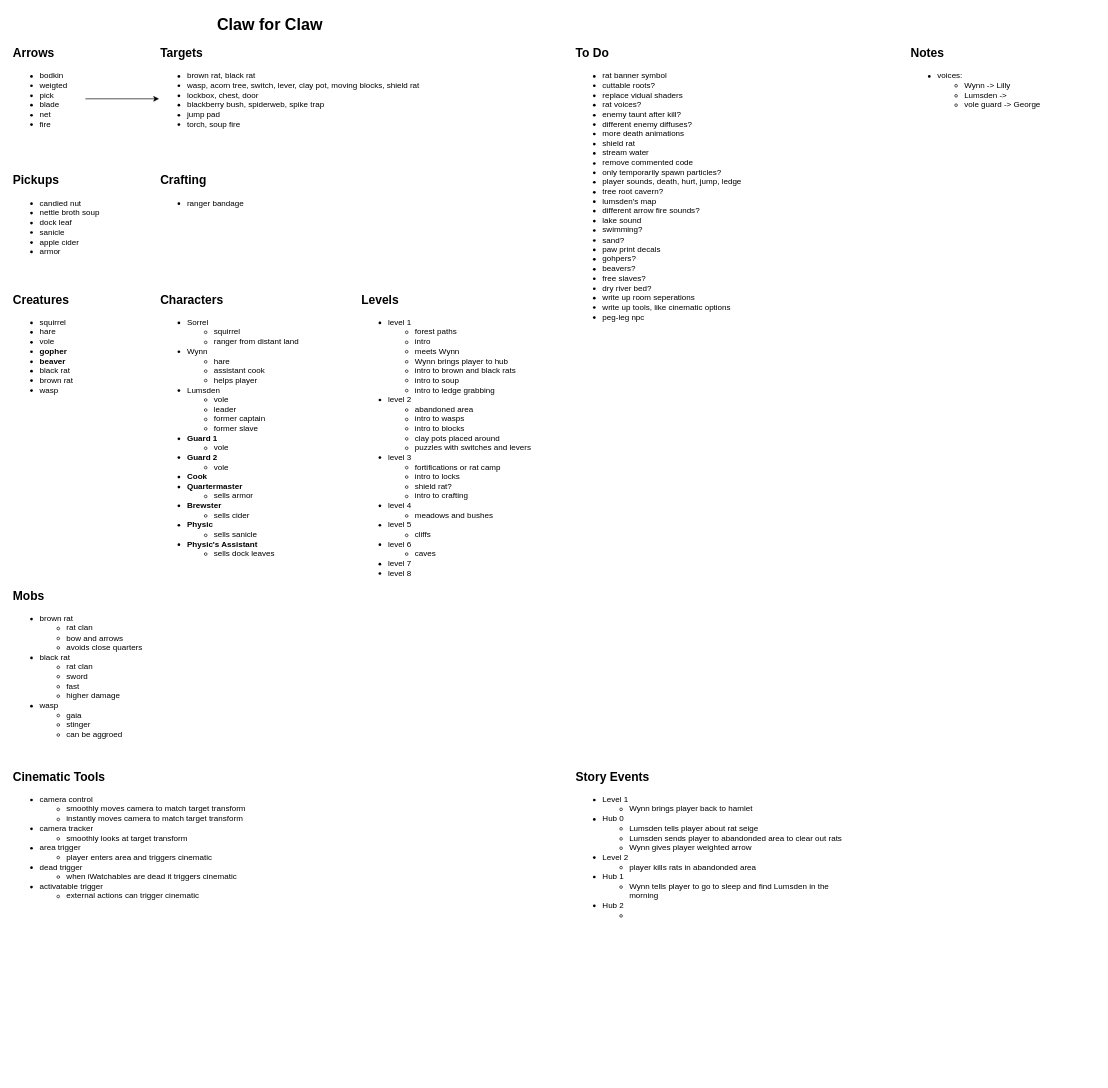
This is Planning/design-doc.drawio from camerondedore/Godot-Project-3, a draw.io file, before an edit. Source tidied: cells renumbered, new cells numbered last; positions are measured from the earlier drawing's top-left corner, leaving out a move shared by most shapes. Both pictures are drawn from the tidied source at 67%, with x=0, y=0 at pixel (11, 11).
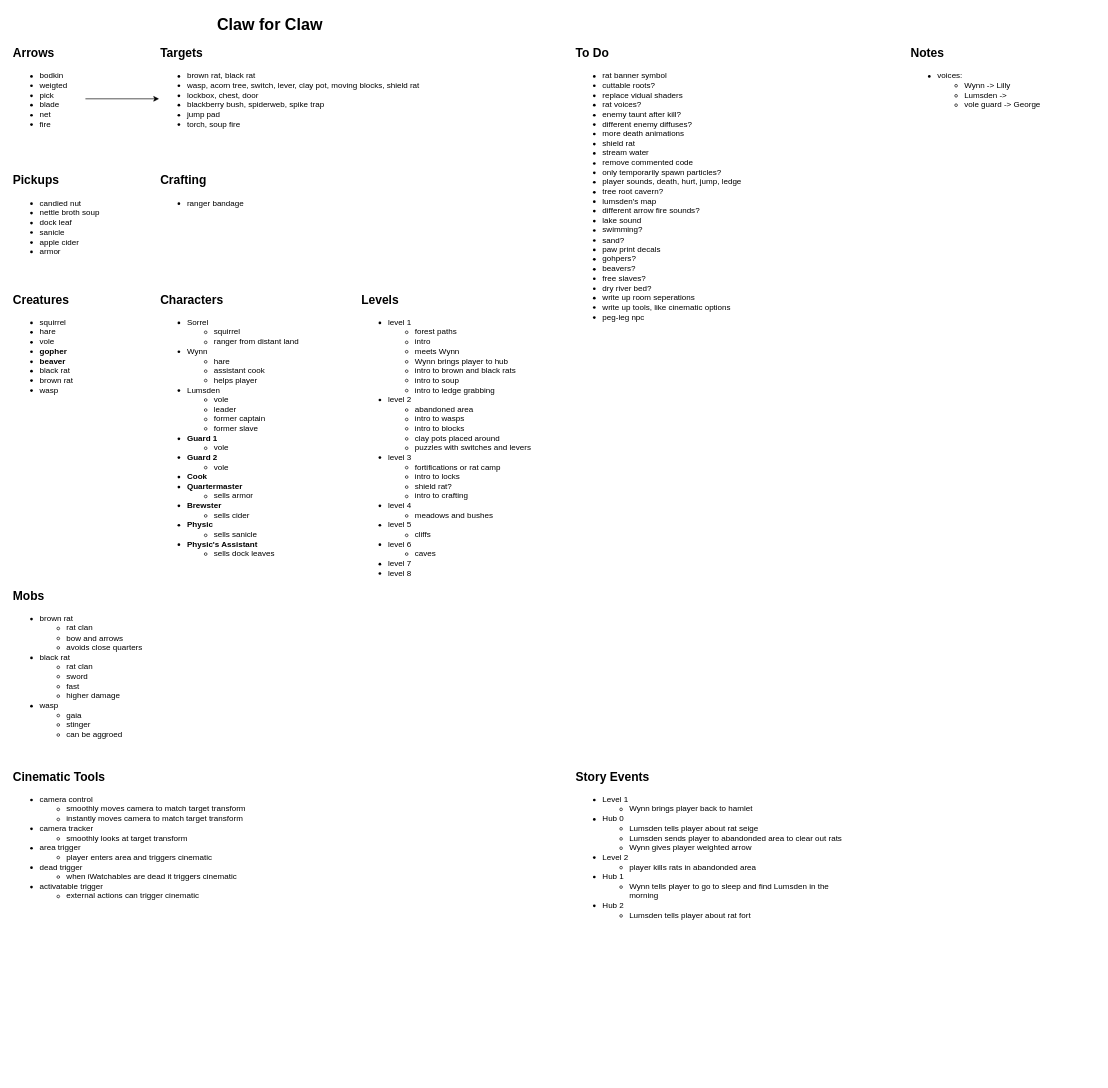
After the change.

Change to the diagram source:
```diff
@@
-    <mxCell id="25" value="&lt;ul&gt;&lt;li&gt;Level 1&lt;/li&gt;&lt;ul&gt;&lt;li&gt;Wynn brings player back to hamlet&lt;/li&gt;&lt;/ul&gt;&lt;li&gt;Hub 0&lt;/li&gt;&lt;ul&gt;&lt;li&gt;Lumsden tells player about rat seige&lt;/li&gt;&lt;li&gt;Lumsden sends player to abandonded area to clear out rats&lt;/li&gt;&lt;li&gt;Wynn gives player weighted arrow&lt;/li&gt;&lt;/ul&gt;&lt;li&gt;Level 2&lt;/li&gt;&lt;ul&gt;&lt;li&gt;player kills rats in abandonded area&lt;/li&gt;&lt;/ul&gt;&lt;li&gt;Hub 1&lt;/li&gt;&lt;ul&gt;&lt;li&gt;Wynn tells player to go to sleep and find Lumsden in the morning&lt;/li&gt;&lt;/ul&gt;&lt;li&gt;Hub 2&lt;/li&gt;&lt;ul&gt;&lt;li&gt;&lt;br&gt;&lt;/li&gt;&lt;/ul&gt;&lt;/ul&gt;" style="text;html=1;align=left;verticalAlign=top;whiteSpace=wrap;rounded=0;" parent="1" vertex="1">
+    <mxCell id="25" value="&lt;ul&gt;&lt;li&gt;Level 1&lt;/li&gt;&lt;ul&gt;&lt;li&gt;Wynn brings player back to hamlet&lt;/li&gt;&lt;/ul&gt;&lt;li&gt;Hub 0&lt;/li&gt;&lt;ul&gt;&lt;li&gt;Lumsden tells player about rat seige&lt;/li&gt;&lt;li&gt;Lumsden sends player to abandonded area to clear out rats&lt;/li&gt;&lt;li&gt;Wynn gives player weighted arrow&lt;/li&gt;&lt;/ul&gt;&lt;li&gt;Level 2&lt;/li&gt;&lt;ul&gt;&lt;li&gt;player kills rats in abandonded area&lt;/li&gt;&lt;/ul&gt;&lt;li&gt;Hub 1&lt;/li&gt;&lt;ul&gt;&lt;li&gt;Wynn tells player to go to sleep and find Lumsden in the morning&lt;/li&gt;&lt;/ul&gt;&lt;li&gt;Hub 2&lt;/li&gt;&lt;ul&gt;&lt;li&gt;Lumsden tells player about rat fort&lt;/li&gt;&lt;/ul&gt;&lt;/ul&gt;" style="text;html=1;align=left;verticalAlign=top;whiteSpace=wrap;rounded=0;" parent="1" vertex="1">
       <mxGeometry x="840" y="1150" width="420" height="440" as="geometry" />
     </mxCell>
```
